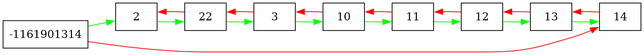
Above: graph.png in senyaa1/list (Graphviz), before the change. Its source is kept beside it as graph.dot. Its diagram source:
```dot
digraph G {
node [shape=box];
rankdir=LR;
"-1161901314";
"10";
"2";
"3";
"22";
"11";
"12";
"13";
"14";
"-1161901314" -> "2"[color=green];
"-1161901314" -> "14"[color=red];
"10" -> "11"[color=green];
"10" -> "3"[color=red];
"2" -> "22"[color=green];
"3" -> "10"[color=green];
"3" -> "22"[color=red];
"22" -> "3"[color=green];
"22" -> "2"[color=red];
"11" -> "12"[color=green];
"11" -> "10"[color=red];
"12" -> "13"[color=green];
"12" -> "11"[color=red];
"13" -> "14"[color=green];
"13" -> "12"[color=red];
"14" -> "13"[color=red];
}
```
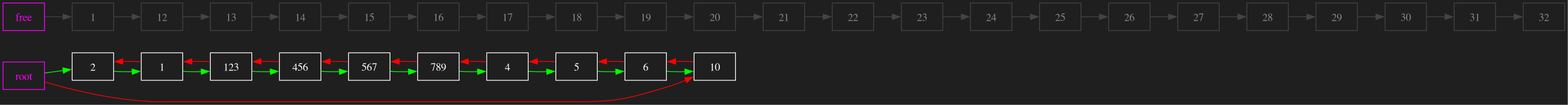
The same file after the commit.

Change to the diagram source:
```diff
@@ -1,29 +1,81 @@
 digraph G {
 node [shape=box];
 rankdir=LR;
-"-1161901314";
-"10";
-"2";
-"3";
-"22";
-"11";
-"12";
-"13";
-"14";
-"-1161901314" -> "2"[color=green];
-"-1161901314" -> "14"[color=red];
-"10" -> "11"[color=green];
-"10" -> "3"[color=red];
-"2" -> "22"[color=green];
-"3" -> "10"[color=green];
-"3" -> "22"[color=red];
-"22" -> "3"[color=green];
-"22" -> "2"[color=red];
-"11" -> "12"[color=green];
-"11" -> "10"[color=red];
-"12" -> "13"[color=green];
-"12" -> "11"[color=red];
-"13" -> "14"[color=green];
-"13" -> "12"[color=red];
-"14" -> "13"[color=red];
+bgcolor="grey12";
+"-1161901314"[color="#FF00FF";fontcolor="#FF00FF";label="root"];
+"free"[color="#FF00FF";fontcolor="#FF00FF";label="free"];
+"free" -> "_1"[color="#444444"; fontcolor="green"];
+"_1"[color="#444444";fontcolor="#888888";label="1"];
+"123"[color="#FFFFFF";fontcolor="#FFFFFF"];
+"456"[color="#FFFFFF";fontcolor="#FFFFFF"];
+"567"[color="#FFFFFF";fontcolor="#FFFFFF"];
+"789"[color="#FFFFFF";fontcolor="#FFFFFF"];
+"4"[color="#FFFFFF";fontcolor="#FFFFFF"];
+"5"[color="#FFFFFF";fontcolor="#FFFFFF"];
+"6"[color="#FFFFFF";fontcolor="#FFFFFF"];
+"1"[color="#FFFFFF";fontcolor="#FFFFFF"];
+"2"[color="#FFFFFF";fontcolor="#FFFFFF"];
+"10"[color="#FFFFFF";fontcolor="#FFFFFF"];
+"_12"[color="#444444";fontcolor="#888888";label="12"];
+"_13"[color="#444444";fontcolor="#888888";label="13"];
+"_14"[color="#444444";fontcolor="#888888";label="14"];
+"_15"[color="#444444";fontcolor="#888888";label="15"];
+"_16"[color="#444444";fontcolor="#888888";label="16"];
+"_17"[color="#444444";fontcolor="#888888";label="17"];
+"_18"[color="#444444";fontcolor="#888888";label="18"];
+"_19"[color="#444444";fontcolor="#888888";label="19"];
+"_20"[color="#444444";fontcolor="#888888";label="20"];
+"_21"[color="#444444";fontcolor="#888888";label="21"];
+"_22"[color="#444444";fontcolor="#888888";label="22"];
+"_23"[color="#444444";fontcolor="#888888";label="23"];
+"_24"[color="#444444";fontcolor="#888888";label="24"];
+"_25"[color="#444444";fontcolor="#888888";label="25"];
+"_26"[color="#444444";fontcolor="#888888";label="26"];
+"_27"[color="#444444";fontcolor="#888888";label="27"];
+"_28"[color="#444444";fontcolor="#888888";label="28"];
+"_29"[color="#444444";fontcolor="#888888";label="29"];
+"_30"[color="#444444";fontcolor="#888888";label="30"];
+"_31"[color="#444444";fontcolor="#888888";label="31"];
+"_32"[color="#444444";fontcolor="#888888";label="32"];
+"-1161901314" -> "2"[color=green; fontcolor="green"];
+"-1161901314" -> "10"[color=red; fontcolor="red"];
+"_1" -> "_12"[color="#444444"; fontcolor="green"];
+"123" -> "456"[color=green; fontcolor="green"];
+"123" -> "1"[color=red; fontcolor="red"];
+"456" -> "567"[color=green; fontcolor="green"];
+"456" -> "123"[color=red; fontcolor="red"];
+"567" -> "789"[color=green; fontcolor="green"];
+"567" -> "456"[color=red; fontcolor="red"];
+"789" -> "4"[color=green; fontcolor="green"];
+"789" -> "567"[color=red; fontcolor="red"];
+"4" -> "5"[color=green; fontcolor="green"];
+"4" -> "789"[color=red; fontcolor="red"];
+"5" -> "6"[color=green; fontcolor="green"];
+"5" -> "4"[color=red; fontcolor="red"];
+"6" -> "10"[color=green; fontcolor="green"];
+"6" -> "5"[color=red; fontcolor="red"];
+"1" -> "123"[color=green; fontcolor="green"];
+"1" -> "2"[color=red; fontcolor="red"];
+"2" -> "1"[color=green; fontcolor="green"];
+"10" -> "6"[color=red; fontcolor="red"];
+"_12" -> "_13"[color="#444444"; fontcolor="green"];
+"_13" -> "_14"[color="#444444"; fontcolor="green"];
+"_14" -> "_15"[color="#444444"; fontcolor="green"];
+"_15" -> "_16"[color="#444444"; fontcolor="green"];
+"_16" -> "_17"[color="#444444"; fontcolor="green"];
+"_17" -> "_18"[color="#444444"; fontcolor="green"];
+"_18" -> "_19"[color="#444444"; fontcolor="green"];
+"_19" -> "_20"[color="#444444"; fontcolor="green"];
+"_20" -> "_21"[color="#444444"; fontcolor="green"];
+"_21" -> "_22"[color="#444444"; fontcolor="green"];
+"_22" -> "_23"[color="#444444"; fontcolor="green"];
+"_23" -> "_24"[color="#444444"; fontcolor="green"];
+"_24" -> "_25"[color="#444444"; fontcolor="green"];
+"_25" -> "_26"[color="#444444"; fontcolor="green"];
+"_26" -> "_27"[color="#444444"; fontcolor="green"];
+"_27" -> "_28"[color="#444444"; fontcolor="green"];
+"_28" -> "_29"[color="#444444"; fontcolor="green"];
+"_29" -> "_30"[color="#444444"; fontcolor="green"];
+"_30" -> "_31"[color="#444444"; fontcolor="green"];
+"_31" -> "_32"[color="#444444"; fontcolor="green"];
 }
```
